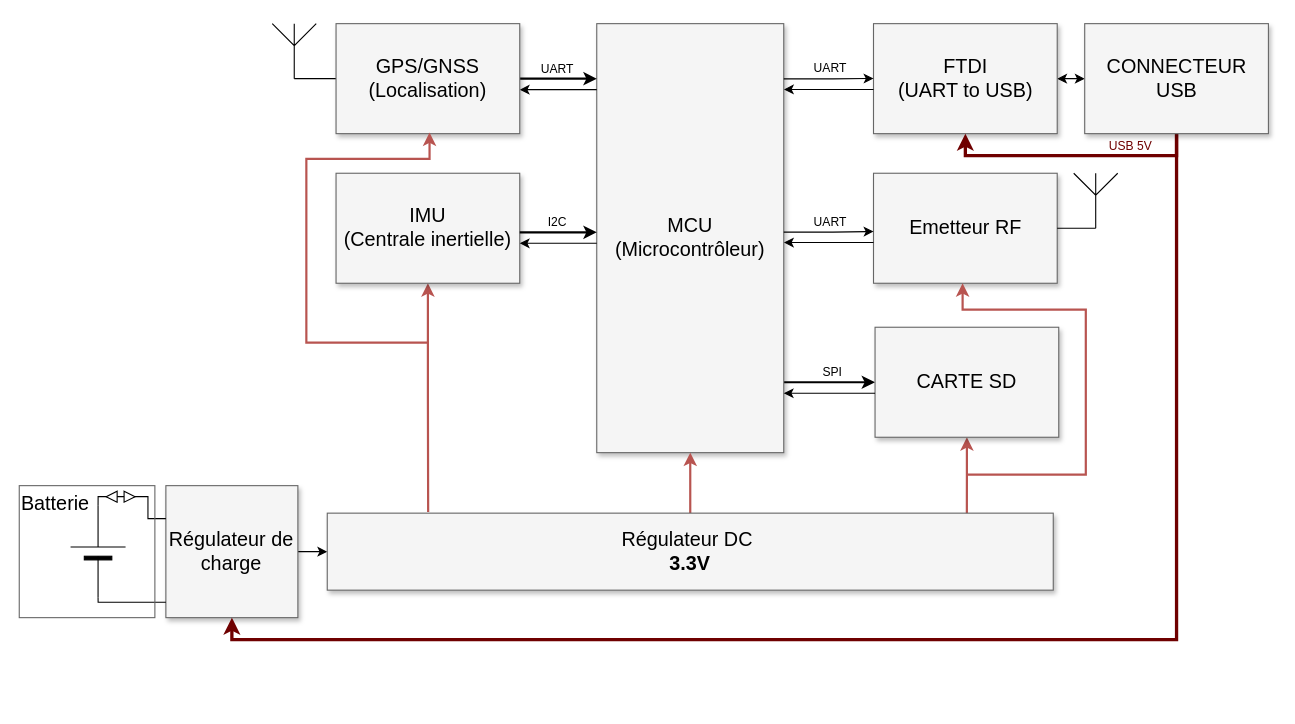
The draw.io diagram doc/references/schema_blocs/blocs_grossiers.drawio in Ali-Z0/1924B_Miniaturized-Flight-Recorder, before the edit. Source tidied: cells renumbered, new cells numbered last; positions are measured from the earlier drawing's top-left corner, leaving out a move shared by most shapes. Both pictures are drawn from the tidied source at 110%, with x=0, y=0 at pixel (19, 23).
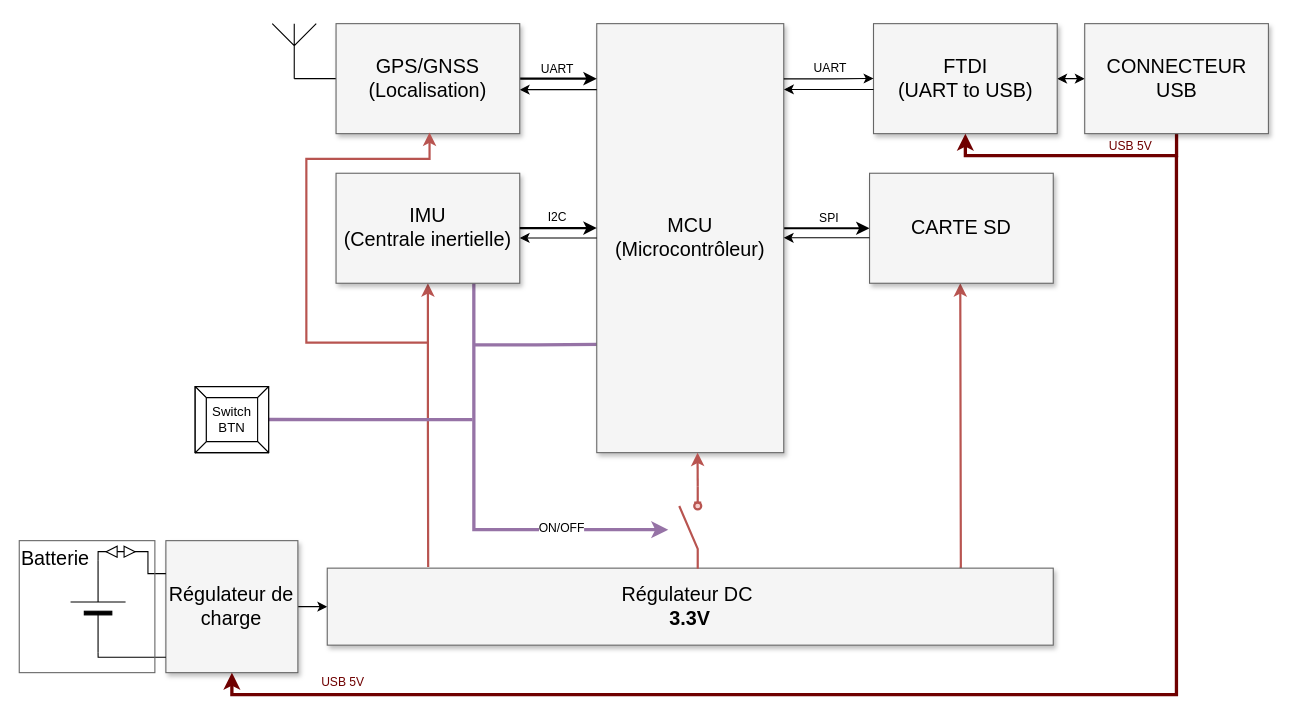
After the change.

Unchanged cells that the change refers to:
```xml
<mxCell id="4" value="MCU&lt;br&gt;(Microcontrôleur)" style="whiteSpace=wrap;html=1;shadow=1;fontSize=18;fillColor=#f5f5f5;strokeColor=#666666;" parent="1" vertex="1">
  <mxGeometry x="525" width="170" height="390" as="geometry" />
</mxCell>
<mxCell id="11" value="IMU&lt;br&gt;(Centrale inertielle)" style="whiteSpace=wrap;html=1;shadow=1;fontSize=18;fillColor=#f5f5f5;strokeColor=#666666;" parent="1" vertex="1">
  <mxGeometry x="288" y="136" width="167" height="100" as="geometry" />
</mxCell>
<mxCell id="37" value="CONNECTEUR USB" style="whiteSpace=wrap;html=1;shadow=1;fontSize=18;fillColor=#f5f5f5;strokeColor=#666666;" parent="1" vertex="1">
  <mxGeometry x="968.6" width="167" height="100" as="geometry" />
</mxCell>
```

The edit, as a diff of the source:
```diff
@@
     <mxCell id="2" style="edgeStyle=elbowEdgeStyle;rounded=0;html=1;startArrow=none;startFill=0;jettySize=auto;fontSize=18;elbow=vertical;strokeWidth=2;entryX=0;entryY=0.5;entryDx=0;entryDy=0;" parent="1" edge="1" source="4" target="15">
-      <mxGeometry relative="1" as="geometry" />
+      <mxGeometry relative="1" as="geometry">
+        <Array as="points">
+          <mxPoint x="720" y="186" />
+        </Array>
+      </mxGeometry>
     </mxCell>
@@
+    <mxCell id="48" style="edgeStyle=orthogonalEdgeStyle;rounded=0;orthogonalLoop=1;jettySize=auto;html=1;exitX=0;exitY=0.75;exitDx=0;exitDy=0;endArrow=none;endFill=0;fillColor=#e1d5e7;strokeColor=#9673a6;strokeWidth=3;" parent="1" edge="1">
+      <mxGeometry relative="1" as="geometry">
+        <mxPoint x="527" y="291.5" as="sourcePoint" />
+        <mxPoint x="413" y="292" as="targetPoint" />
+      </mxGeometry>
+    </mxCell>
@@
+    <mxCell id="49" style="edgeStyle=orthogonalEdgeStyle;rounded=0;jettySize=auto;html=1;exitX=0.75;exitY=1;exitDx=0;exitDy=0;fillColor=#e1d5e7;strokeColor=#9673a6;strokeWidth=3;" parent="1" edge="1" source="11">
+      <mxGeometry relative="1" as="geometry">
+        <mxPoint x="590" y="460" as="targetPoint" />
+        <Array as="points">
+          <mxPoint x="413" y="460" />
+        </Array>
+      </mxGeometry>
+    </mxCell>
+    <mxCell id="50" value="ON/OFF" style="edgeLabel;html=1;align=center;verticalAlign=middle;" parent="49" vertex="1">
+      <mxGeometry x="0.51" y="-2" relative="1" as="geometry">
+        <mxPoint y="-4" as="offset" />
+      </mxGeometry>
+    </mxCell>
@@
     <mxCell id="13" value="Régulateur de charge" style="whiteSpace=wrap;html=1;shadow=1;fontSize=18;fillColor=#f5f5f5;strokeColor=#666666;" parent="1" vertex="1">
-      <mxGeometry x="133.3" y="420" width="120" height="120" as="geometry" />
+      <mxGeometry x="133.3" y="470" width="120" height="120" as="geometry" />
     </mxCell>
-    <mxCell id="14" style="edgeStyle=orthogonalEdgeStyle;rounded=0;jettySize=auto;html=1;exitX=0.5;exitY=1;exitDx=0;exitDy=0;entryX=0.881;entryY=0.02;entryDx=0;entryDy=0;entryPerimeter=0;fillColor=#f8cecc;strokeColor=#b85450;startArrow=classic;startFill=1;endArrow=none;endFill=0;strokeWidth=2;" parent="1" edge="1" target="23">
+    <mxCell id="14" style="edgeStyle=orthogonalEdgeStyle;rounded=0;jettySize=auto;html=1;exitX=0.5;exitY=1;exitDx=0;exitDy=0;entryX=0.871;entryY=-0.007;entryDx=0;entryDy=0;entryPerimeter=0;fillColor=#f8cecc;strokeColor=#b85450;startArrow=classic;startFill=1;endArrow=none;endFill=0;strokeWidth=2;" parent="1" edge="1" target="23">
       <mxGeometry relative="1" as="geometry">
-        <mxPoint x="861.5" y="376" as="sourcePoint" />
+        <mxPoint x="855.5" y="236" as="sourcePoint" />
         <Array as="points">
-          <mxPoint x="862" y="410" />
-          <mxPoint x="862" y="410" />
+          <mxPoint x="856" y="250" />
+          <mxPoint x="856" y="250" />
+          <mxPoint x="856" y="495" />
         </Array>
       </mxGeometry>
     </mxCell>
     <mxCell id="15" value="CARTE SD" style="whiteSpace=wrap;html=1;shadow=1;fontSize=18;fillColor=#f5f5f5;strokeColor=#666666;" parent="1" vertex="1">
-      <mxGeometry x="778" y="276" width="167" height="100" as="geometry" />
+      <mxGeometry x="773" y="136" width="167" height="100" as="geometry" />
     </mxCell>
-    <mxCell id="16" style="edgeStyle=orthogonalEdgeStyle;rounded=0;orthogonalLoop=1;jettySize=auto;html=1;startArrow=classic;startFill=1;endArrow=none;endFill=0;" parent="1" edge="1">
+    <mxCell id="16" style="edgeStyle=orthogonalEdgeStyle;rounded=0;jettySize=auto;html=1;startArrow=classic;startFill=1;endArrow=none;endFill=0;exitX=1;exitY=0.5;exitDx=0;exitDy=0;" parent="1" edge="1" source="4">
       <mxGeometry relative="1" as="geometry">
-        <mxPoint x="695" y="336" as="sourcePoint" />
-        <mxPoint x="778" y="336" as="targetPoint" />
+        <mxPoint x="773" y="194.7" as="targetPoint" />
         <Array as="points">
-          <mxPoint x="778" y="336" />
+          <mxPoint x="773" y="195" />
         </Array>
       </mxGeometry>
     </mxCell>
     <mxCell id="17" style="edgeStyle=orthogonalEdgeStyle;rounded=0;jettySize=auto;html=1;exitX=0;exitY=0.5;exitDx=0;exitDy=0;exitPerimeter=0;endArrow=none;endFill=0;" parent="1" edge="1" source="19">
       <mxGeometry relative="1" as="geometry">
-        <mxPoint x="133.3" y="526" as="targetPoint" />
+        <mxPoint x="133.3" y="576" as="targetPoint" />
         <Array as="points">
-          <mxPoint x="81.3" y="526" />
-          <mxPoint x="133.3" y="526" />
+          <mxPoint x="81.3" y="576" />
+          <mxPoint x="133.3" y="576" />
         </Array>
       </mxGeometry>
     </mxCell>
     <mxCell id="18" style="edgeStyle=orthogonalEdgeStyle;rounded=0;jettySize=auto;html=1;exitX=1;exitY=0.5;exitDx=0;exitDy=0;exitPerimeter=0;entryX=0;entryY=0.25;entryDx=0;entryDy=0;endArrow=none;endFill=0;" parent="1" edge="1" source="19" target="13">
       <mxGeometry relative="1" as="geometry">
         <Array as="points">
-          <mxPoint x="72" y="430" />
-          <mxPoint x="117" y="430" />
-          <mxPoint x="117" y="450" />
+          <mxPoint x="72" y="480" />
+          <mxPoint x="117" y="480" />
+          <mxPoint x="117" y="500" />
         </Array>
       </mxGeometry>
     </mxCell>
     <mxCell id="19" style="verticalLabelPosition=bottom;shadow=0;dashed=0;align=center;fillColor=strokeColor;html=1;verticalAlign=top;strokeWidth=1;shape=mxgraph.electrical.miscellaneous.monocell_battery;rotation=-90;" parent="1" vertex="1">
-      <mxGeometry x="30" y="455" width="83.3" height="50" as="geometry" />
+      <mxGeometry x="30" y="505" width="83.3" height="50" as="geometry" />
     </mxCell>
     <mxCell id="20" style="triangle;whiteSpace=wrap;html=1;" parent="1" vertex="1">
-      <mxGeometry x="95.3" y="425" width="10" height="10" as="geometry" />
+      <mxGeometry x="95.3" y="475" width="10" height="10" as="geometry" />
     </mxCell>
     <mxCell id="21" style="triangle;whiteSpace=wrap;html=1;rotation=-180;" parent="1" vertex="1">
-      <mxGeometry x="79" y="425" width="10" height="10" as="geometry" />
+      <mxGeometry x="79" y="475" width="10" height="10" as="geometry" />
     </mxCell>
-    <mxCell id="22" style="edgeStyle=orthogonalEdgeStyle;rounded=0;jettySize=auto;html=1;fillColor=#f8cecc;strokeColor=#b85450;strokeWidth=2;" parent="1" edge="1" source="23" target="4">
-      <mxGeometry relative="1" as="geometry" />
-    </mxCell>
     <mxCell id="23" value="Régulateur DC&amp;nbsp;&lt;br&gt;&lt;b&gt;3.3V&lt;/b&gt;" style="whiteSpace=wrap;html=1;shadow=1;fontSize=18;fillColor=#f5f5f5;strokeColor=#666666;" parent="1" vertex="1">
-      <mxGeometry x="280" y="445" width="660" height="70" as="geometry" />
+      <mxGeometry x="280" y="495" width="660" height="70" as="geometry" />
     </mxCell>
     <mxCell id="24" value="Batterie" style="whiteSpace=wrap;html=1;shadow=0;fontSize=18;fillColor=none;strokeColor=#666666;align=left;horizontal=1;verticalAlign=top;" parent="1" vertex="1">
-      <mxGeometry y="420" width="123.3" height="120" as="geometry" />
+      <mxGeometry y="470" width="123.3" height="120" as="geometry" />
     </mxCell>
@@
-    <mxCell id="28" style="edgeStyle=orthogonalEdgeStyle;rounded=0;jettySize=auto;html=1;exitX=0.5;exitY=1;exitDx=0;exitDy=0;entryX=0.5;entryY=1;entryDx=0;entryDy=0;fillColor=#a20025;strokeColor=#6F0000;strokeWidth=3;" parent="1" edge="1" source="37" target="13">
+    <mxCell id="28" style="edgeStyle=orthogonalEdgeStyle;rounded=0;jettySize=auto;html=1;entryX=0.5;entryY=1;entryDx=0;entryDy=0;fillColor=#a20025;strokeColor=#6F0000;strokeWidth=3;" parent="1" edge="1" target="13">
       <mxGeometry relative="1" as="geometry">
+        <mxPoint x="1052" y="120" as="sourcePoint" />
         <Array as="points">
-          <mxPoint x="1052" y="560" />
-          <mxPoint x="193" y="560" />
+          <mxPoint x="1052" y="610" />
+          <mxPoint x="193" y="610" />
         </Array>
       </mxGeometry>
     </mxCell>
@@
     <mxCell id="30" style="edgeStyle=elbowEdgeStyle;rounded=0;html=1;startArrow=none;startFill=0;jettySize=auto;orthogonalLoop=1;fontSize=18;elbow=horizontal;strokeWidth=2;" parent="1" edge="1">
       <mxGeometry relative="1" as="geometry">
-        <mxPoint x="455" y="189.7" as="sourcePoint" />
-        <mxPoint x="525" y="189.7" as="targetPoint" />
+        <mxPoint x="455" y="185.8" as="sourcePoint" />
+        <mxPoint x="525" y="185.8" as="targetPoint" />
         <Array as="points">
-          <mxPoint x="510" y="189.7" />
-          <mxPoint x="488" y="325.7" />
-          <mxPoint x="508" y="305.7" />
-          <mxPoint x="495" y="309.7" />
+          <mxPoint x="510" y="185.8" />
+          <mxPoint x="488" y="321.8" />
+          <mxPoint x="508" y="301.8" />
+          <mxPoint x="495" y="305.8" />
         </Array>
       </mxGeometry>
     </mxCell>
@@
     <mxCell id="32" style="edgeStyle=orthogonalEdgeStyle;rounded=0;orthogonalLoop=1;jettySize=auto;html=1;startArrow=classic;startFill=1;endArrow=none;endFill=0;" parent="1" edge="1">
       <mxGeometry relative="1" as="geometry">
-        <mxPoint x="455" y="199.7" as="sourcePoint" />
-        <mxPoint x="525" y="199.7" as="targetPoint" />
+        <mxPoint x="455" y="194.8" as="sourcePoint" />
+        <mxPoint x="525" y="194.8" as="targetPoint" />
         <Array as="points">
-          <mxPoint x="508" y="199.7" />
-          <mxPoint x="508" y="199.7" />
+          <mxPoint x="508" y="194.8" />
+          <mxPoint x="508" y="194.8" />
         </Array>
       </mxGeometry>
     </mxCell>
@@
-    <mxCell id="41" value="Emetteur RF" style="whiteSpace=wrap;html=1;shadow=1;fontSize=18;fillColor=#f5f5f5;strokeColor=#666666;" parent="1" vertex="1">
-      <mxGeometry x="776.6" y="136" width="167" height="100" as="geometry" />
-    </mxCell>
-    <mxCell id="42" style="edgeStyle=elbowEdgeStyle;rounded=0;html=1;startArrow=none;startFill=0;jettySize=auto;orthogonalLoop=1;fontSize=18;elbow=horizontal;strokeWidth=1;exitX=1.008;exitY=0.216;exitDx=0;exitDy=0;exitPerimeter=0;" parent="1" edge="1">
-      <mxGeometry relative="1" as="geometry">
-        <mxPoint x="695" y="189.5" as="sourcePoint" />
-        <mxPoint x="776.6" y="189" as="targetPoint" />
-        <Array as="points">
-          <mxPoint x="739.6" y="189" />
-          <mxPoint x="759.6" y="169" />
-          <mxPoint x="746.6" y="173" />
-        </Array>
-      </mxGeometry>
-    </mxCell>
-    <mxCell id="43" value="UART" style="edgeLabel;html=1;align=center;verticalAlign=middle;" parent="42" vertex="1">
-      <mxGeometry x="0.49" y="1" relative="1" as="geometry">
-        <mxPoint x="-19" y="-9" as="offset" />
-      </mxGeometry>
-    </mxCell>
-    <mxCell id="44" style="edgeStyle=orthogonalEdgeStyle;rounded=0;orthogonalLoop=1;jettySize=auto;html=1;startArrow=classic;startFill=1;endArrow=none;endFill=0;exitX=1.009;exitY=0.25;exitDx=0;exitDy=0;exitPerimeter=0;" parent="1" edge="1">
-      <mxGeometry relative="1" as="geometry">
-        <mxPoint x="695.2" y="199" as="sourcePoint" />
-        <mxPoint x="776.6" y="199" as="targetPoint" />
-      </mxGeometry>
-    </mxCell>
-    <mxCell id="45" style="edgeStyle=orthogonalEdgeStyle;rounded=0;jettySize=auto;html=1;exitX=0.5;exitY=1;exitDx=0;exitDy=0;exitPerimeter=0;entryX=1;entryY=0.5;entryDx=0;entryDy=0;endArrow=none;endFill=0;" parent="1" edge="1" source="46" target="41">
-      <mxGeometry relative="1" as="geometry" />
-    </mxCell>
-    <mxCell id="46" style="verticalLabelPosition=bottom;shadow=0;dashed=0;align=center;html=1;verticalAlign=top;shape=mxgraph.electrical.radio.aerial_-_antenna_1;" parent="1" vertex="1">
-      <mxGeometry x="958.6" y="136" width="40" height="50" as="geometry" />
-    </mxCell>
-    <mxCell id="47" style="endArrow=classic;html=1;rounded=0;fillColor=#f8cecc;strokeColor=#b85450;strokeWidth=2;" parent="1" edge="1">
-      <mxGeometry relative="1" as="geometry">
-        <mxPoint x="861" y="410" as="sourcePoint" />
-        <mxPoint x="857.6" y="236" as="targetPoint" />
-        <Array as="points">
-          <mxPoint x="969.6" y="410" />
-          <mxPoint x="969.6" y="340" />
-          <mxPoint x="969.6" y="260" />
-          <mxPoint x="857.6" y="260" />
-        </Array>
-      </mxGeometry>
-    </mxCell>
+    <mxCell id="51" value="USB 5V" style="edgeLabel;html=1;align=center;verticalAlign=middle;fontColor=#6f0000;" parent="1" vertex="1">
+      <mxGeometry x="390" y="420" as="geometry">
+        <mxPoint x="-97" y="178" as="offset" />
+      </mxGeometry>
+    </mxCell>
+    <mxCell id="52" style="edgeStyle=orthogonalEdgeStyle;rounded=0;jettySize=auto;html=1;exitX=1;exitY=0.84;exitDx=0;exitDy=0;entryX=0.539;entryY=1;entryDx=0;entryDy=0;entryPerimeter=0;fillColor=#f8cecc;strokeColor=#b85450;strokeWidth=2;" parent="1" edge="1" source="53" target="4">
+      <mxGeometry relative="1" as="geometry" />
+    </mxCell>
+    <mxCell id="53" style="html=1;shape=mxgraph.electrical.electro-mechanical.switchDisconnector;elSwitchState=off;rotation=-90;fillColor=#f8cecc;strokeColor=#b85450;strokeWidth=2;" parent="1" vertex="1">
+      <mxGeometry x="572.5" y="448" width="75" height="20" as="geometry" />
+    </mxCell>
+    <mxCell id="54" style="edgeStyle=orthogonalEdgeStyle;rounded=0;jettySize=auto;html=1;fillColor=#e1d5e7;strokeColor=#9673a6;strokeWidth=3;endArrow=none;endFill=0;exitX=0.993;exitY=0.498;exitDx=0;exitDy=0;exitPerimeter=0;" parent="1" edge="1" source="55">
+      <mxGeometry relative="1" as="geometry">
+        <mxPoint x="412" y="360" as="targetPoint" />
+      </mxGeometry>
+    </mxCell>
+    <mxCell id="55" value="Switch&lt;br&gt;BTN" style="labelPosition=center;verticalLabelPosition=middle;align=center;html=1;shape=mxgraph.basic.button;dx=10;whiteSpace=wrap;" parent="1" vertex="1">
+      <mxGeometry x="160" y="330" width="66.7" height="60" as="geometry" />
+    </mxCell>
```
